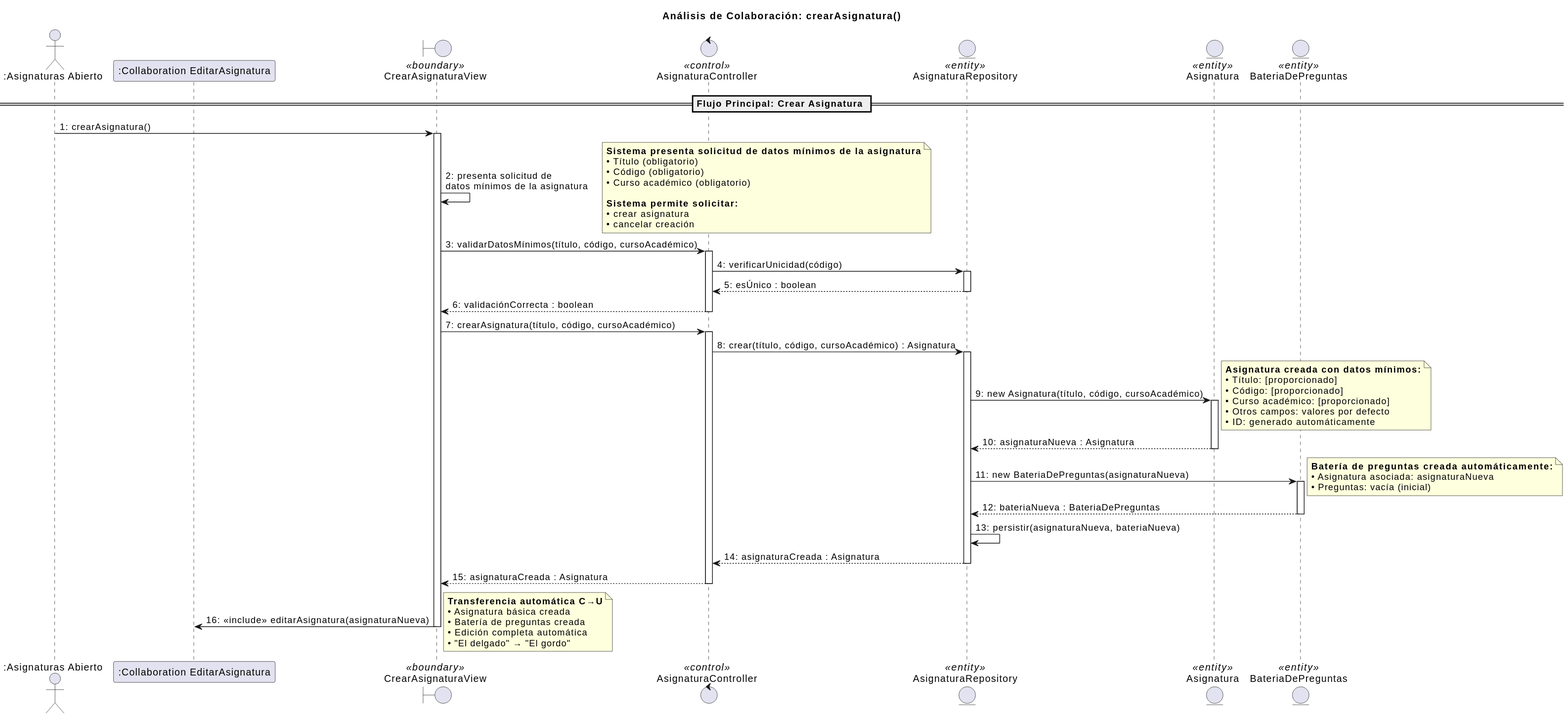
This is images/analisis/crearAsignatura/secuencia.svg from martinlopez7/25-26-idsw2-sdVC, a PlantUML export, as it was before one commit.
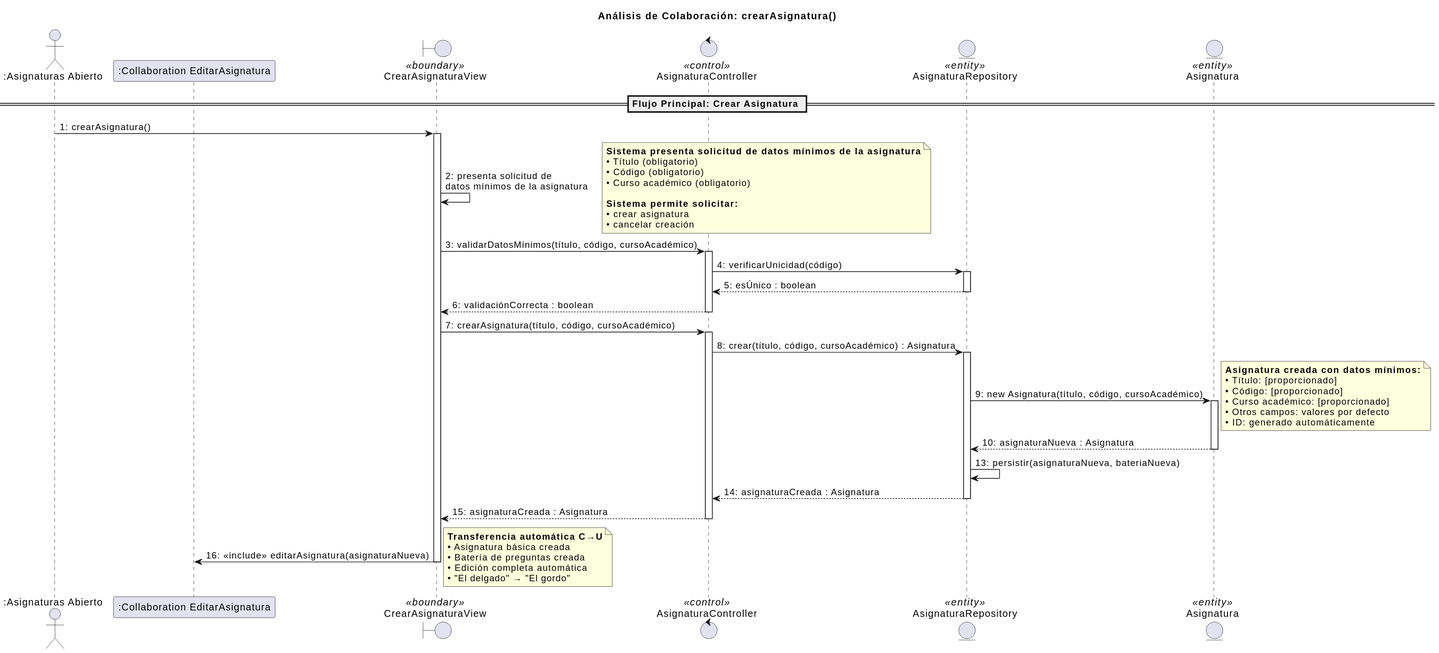
Later version of the same file.

Change to the diagram source:
```diff
@@ -10,7 +10,6 @@
 
 entity "AsignaturaRepository" as Repositorio <<entity>>
 entity "Asignatura" as AsignaturaEntity <<entity>>
-entity "BateriaDePreguntas" as BateriaEntity <<entity>>
 
 title Análisis de Colaboración: crearAsignatura()
 
@@ -62,17 +61,6 @@
 AsignaturaEntity --> Repositorio : 10: asignaturaNueva : Asignatura
 deactivate AsignaturaEntity
 
-Repositorio -> BateriaEntity : 11: new BateriaDePreguntas(asignaturaNueva)
-activate BateriaEntity
-note right
-**Batería de preguntas creada automáticamente:**
-• Asignatura asociada: asignaturaNueva
-• Preguntas: vacía (inicial)
-end note
-
-BateriaEntity --> Repositorio : 12: bateriaNueva : BateriaDePreguntas
-deactivate BateriaEntity
-
 Repositorio -> Repositorio : 13: persistir(asignaturaNueva, bateriaNueva)
 Repositorio --> Controlador : 14: asignaturaCreada : Asignatura
 deactivate Repositorio
```
